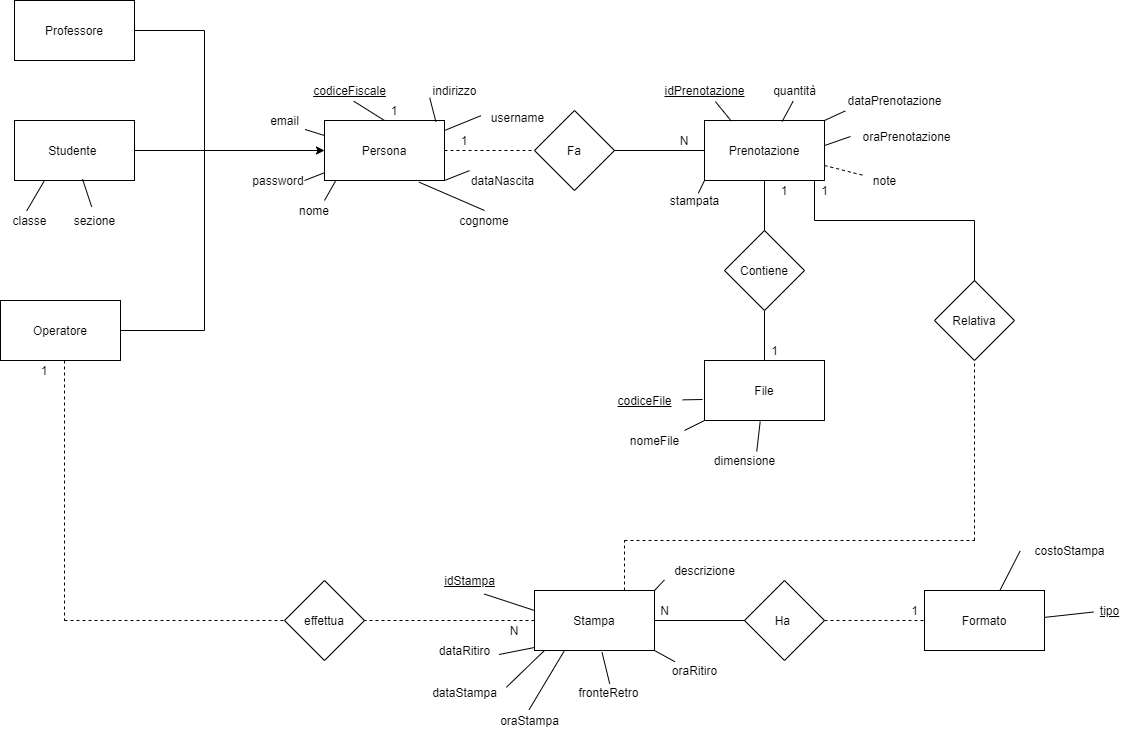
This is Documentazione/Progettazione/ER .png from Depog/ProgettoInformatica, a draw.io export, as it was before one commit. Source tidied: cells renumbered, new cells last; positions are measured from the earlier drawing's top-left corner, leaving out a move shared by most shapes.
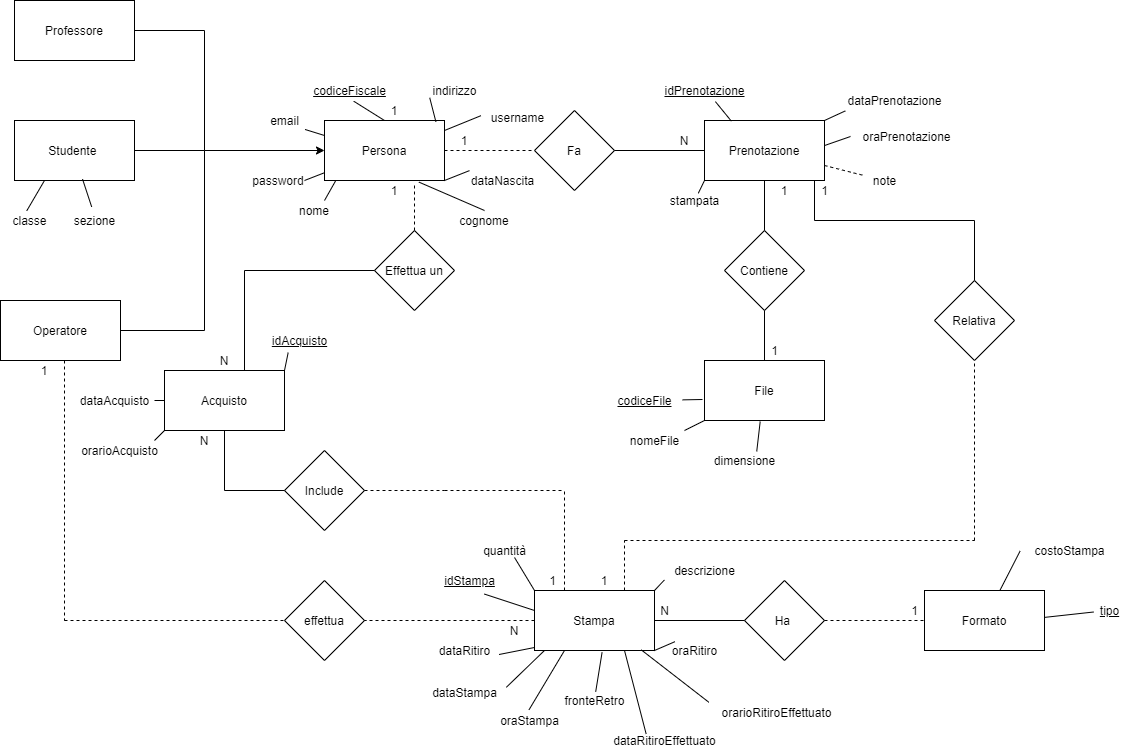
Above is the later version.

Change to the diagram source:
```diff
@@ -56,6 +56,18 @@
     <mxCell id="19" value="1" style="text;html=1;strokeColor=none;fillColor=none;align=center;verticalAlign=middle;whiteSpace=wrap;rounded=0;" parent="1" vertex="1">
       <mxGeometry x="374" y="100" width="40" height="20" as="geometry" />
     </mxCell>
+    <mxCell id="102" value="Effettua un" style="rhombus;whiteSpace=wrap;html=1;" parent="1" vertex="1">
+      <mxGeometry x="374" y="230" width="80" height="80" as="geometry" />
+    </mxCell>
+    <mxCell id="103" style="endArrow=none;dashed=1;html=1;entryX=1;entryY=0.25;entryDx=0;entryDy=0;exitX=0.5;exitY=0;exitDx=0;exitDy=0;" parent="1" edge="1" source="102" target="105">
+      <mxGeometry relative="1" as="geometry" />
+    </mxCell>
+    <mxCell id="104" value="N" style="text;html=1;strokeColor=none;fillColor=none;align=center;verticalAlign=middle;whiteSpace=wrap;rounded=0;" parent="1" vertex="1">
+      <mxGeometry x="204" y="350" width="40" height="20" as="geometry" />
+    </mxCell>
+    <mxCell id="105" value="1" style="text;html=1;strokeColor=none;fillColor=none;align=center;verticalAlign=middle;whiteSpace=wrap;rounded=0;" parent="1" vertex="1">
+      <mxGeometry x="374" y="180" width="40" height="20" as="geometry" />
+    </mxCell>
     <mxCell id="20" value="Studente&amp;nbsp;" style="rounded=0;whiteSpace=wrap;html=1;" parent="1" vertex="1">
       <mxGeometry x="14" y="120" width="120" height="60" as="geometry" />
     </mxCell>
@@ -110,9 +122,6 @@
     <mxCell id="35" value="&lt;u&gt;idPrenotazione&lt;/u&gt;" style="text;html=1;align=center;verticalAlign=middle;points=[];" parent="1" vertex="1">
       <mxGeometry x="654" y="80" width="100" height="20" as="geometry" />
     </mxCell>
-    <mxCell id="36" value="quantità" style="text;html=1;align=center;verticalAlign=middle;points=[];" parent="1" vertex="1">
-      <mxGeometry x="764" y="80" width="60" height="20" as="geometry" />
-    </mxCell>
     <mxCell id="37" value="dataPrenotazione" style="text;html=1;align=center;verticalAlign=middle;points=[];" parent="1" vertex="1">
       <mxGeometry x="839" y="90" width="110" height="20" as="geometry" />
     </mxCell>
@@ -128,9 +137,6 @@
     <mxCell id="41" style="endArrow=none;html=1;entryX=0.609;entryY=1.056;entryDx=0;entryDy=0;entryPerimeter=0;exitX=0.224;exitY=0.011;exitDx=0;exitDy=0;exitPerimeter=0;" parent="1" edge="1" source="2" target="35">
       <mxGeometry relative="1" as="geometry" />
     </mxCell>
-    <mxCell id="42" style="endArrow=none;html=1;entryX=0.478;entryY=1.032;entryDx=0;entryDy=0;entryPerimeter=0;exitX=0.647;exitY=0.016;exitDx=0;exitDy=0;exitPerimeter=0;" parent="1" edge="1" source="2" target="36">
-      <mxGeometry relative="1" as="geometry" />
-    </mxCell>
     <mxCell id="43" style="endArrow=none;html=1;entryX=0.053;entryY=1.02;entryDx=0;entryDy=0;entryPerimeter=0;exitX=1;exitY=0;exitDx=0;exitDy=0;" parent="1" edge="1" source="2" target="37">
       <mxGeometry relative="1" as="geometry" />
     </mxCell>
@@ -230,6 +236,69 @@
     <mxCell id="68" style="endArrow=none;html=1;entryX=-0.023;entryY=0.41;entryDx=0;entryDy=0;entryPerimeter=0;exitX=0;exitY=0;exitDx=0;exitDy=0;" parent="1" edge="1" source="18" target="67">
       <mxGeometry relative="1" as="geometry" />
     </mxCell>
+    <mxCell id="106" value="Acquisto" style="rounded=0;whiteSpace=wrap;html=1;" parent="1" vertex="1">
+      <mxGeometry x="164" y="370" width="120" height="60" as="geometry" />
+    </mxCell>
+    <mxCell id="107" style="endArrow=none;html=1;entryX=0;entryY=0.5;entryDx=0;entryDy=0;" parent="1" edge="1" target="102">
+      <mxGeometry relative="1" as="geometry">
+        <mxPoint x="244" y="270" as="sourcePoint" />
+      </mxGeometry>
+    </mxCell>
+    <mxCell id="108" style="endArrow=none;html=1;" parent="1" edge="1">
+      <mxGeometry relative="1" as="geometry">
+        <mxPoint x="244" y="370" as="sourcePoint" />
+        <mxPoint x="244" y="270" as="targetPoint" />
+      </mxGeometry>
+    </mxCell>
+    <mxCell id="109" value="Include" style="rhombus;whiteSpace=wrap;html=1;" parent="1" vertex="1">
+      <mxGeometry x="284" y="450" width="80" height="80" as="geometry" />
+    </mxCell>
+    <mxCell id="110" style="endArrow=none;html=1;entryX=0.5;entryY=1;entryDx=0;entryDy=0;" parent="1" edge="1" target="106">
+      <mxGeometry relative="1" as="geometry">
+        <mxPoint x="224" y="490" as="sourcePoint" />
+      </mxGeometry>
+    </mxCell>
+    <mxCell id="111" style="endArrow=none;html=1;entryX=0;entryY=0.5;entryDx=0;entryDy=0;" parent="1" edge="1" target="109">
+      <mxGeometry relative="1" as="geometry">
+        <mxPoint x="224" y="490" as="sourcePoint" />
+      </mxGeometry>
+    </mxCell>
+    <mxCell id="112" value="N" style="text;html=1;strokeColor=none;fillColor=none;align=center;verticalAlign=middle;whiteSpace=wrap;rounded=0;" parent="1" vertex="1">
+      <mxGeometry x="184" y="430" width="40" height="20" as="geometry" />
+    </mxCell>
+    <mxCell id="113" value="&lt;u&gt;idAcquisto&lt;/u&gt;" style="text;html=1;align=center;verticalAlign=middle;points=[];" parent="1" vertex="1">
+      <mxGeometry x="264" y="330" width="70" height="20" as="geometry" />
+    </mxCell>
+    <mxCell id="114" style="endArrow=none;html=1;entryX=0.338;entryY=1.108;entryDx=0;entryDy=0;entryPerimeter=0;exitX=1;exitY=0;exitDx=0;exitDy=0;" parent="1" edge="1" source="106" target="113">
+      <mxGeometry relative="1" as="geometry" />
+    </mxCell>
+    <mxCell id="115" value="dataAcquisto" style="text;html=1;align=center;verticalAlign=middle;" parent="1" vertex="1">
+      <mxGeometry x="74" y="390" width="80" height="20" as="geometry" />
+    </mxCell>
+    <mxCell id="116" style="endArrow=none;html=1;entryX=0;entryY=0.5;entryDx=0;entryDy=0;" parent="1" edge="1" target="106">
+      <mxGeometry relative="1" as="geometry">
+        <mxPoint x="154" y="400" as="sourcePoint" />
+      </mxGeometry>
+    </mxCell>
+    <mxCell id="117" value="orarioAcquisto" style="text;html=1;align=center;verticalAlign=middle;" parent="1" vertex="1">
+      <mxGeometry x="74" y="440" width="90" height="20" as="geometry" />
+    </mxCell>
+    <mxCell id="118" style="endArrow=none;html=1;entryX=0;entryY=1;entryDx=0;entryDy=0;" parent="1" edge="1" target="106">
+      <mxGeometry relative="1" as="geometry">
+        <mxPoint x="154" y="440" as="sourcePoint" />
+      </mxGeometry>
+    </mxCell>
+    <mxCell id="119" style="endArrow=none;dashed=1;html=1;" parent="1" edge="1">
+      <mxGeometry relative="1" as="geometry">
+        <mxPoint x="444" y="490" as="sourcePoint" />
+        <mxPoint x="564" y="490" as="targetPoint" />
+      </mxGeometry>
+    </mxCell>
+    <mxCell id="120" style="endArrow=none;dashed=1;html=1;exitX=1;exitY=0.5;exitDx=0;exitDy=0;" parent="1" edge="1" source="109">
+      <mxGeometry relative="1" as="geometry">
+        <mxPoint x="444" y="490" as="targetPoint" />
+      </mxGeometry>
+    </mxCell>
     <mxCell id="69" value="&lt;u&gt;codiceFiscale&lt;/u&gt;" style="text;html=1;align=center;verticalAlign=middle;" parent="1" vertex="1">
       <mxGeometry x="304" y="80" width="90" height="20" as="geometry" />
     </mxCell>
@@ -253,8 +322,11 @@
     <mxCell id="75" value="N" style="text;html=1;align=center;verticalAlign=middle;" parent="1" vertex="1">
       <mxGeometry x="654" y="600" width="20" height="20" as="geometry" />
     </mxCell>
+    <mxCell id="121" value="1" style="text;html=1;strokeColor=none;fillColor=none;align=center;verticalAlign=middle;whiteSpace=wrap;rounded=0;" parent="1" vertex="1">
+      <mxGeometry x="584" y="570" width="40" height="20" as="geometry" />
+    </mxCell>
     <mxCell id="76" value="fronteRetro" style="text;html=1;align=center;verticalAlign=middle;points=[];" parent="1" vertex="1">
-      <mxGeometry x="568" y="682" width="80" height="20" as="geometry" />
+      <mxGeometry x="554" y="690" width="80" height="20" as="geometry" />
     </mxCell>
     <mxCell id="77" style="endArrow=none;html=1;entryX=0.563;entryY=1.033;entryDx=0;entryDy=0;entryPerimeter=0;exitX=0.515;exitY=0.06;exitDx=0;exitDy=0;exitPerimeter=0;" parent="1" edge="1" source="76" target="10">
       <mxGeometry relative="1" as="geometry" />
@@ -269,7 +341,7 @@
       <mxGeometry x="494" y="710" width="70" height="20" as="geometry" />
     </mxCell>
     <mxCell id="81" value="oraRitiro" style="text;html=1;align=center;verticalAlign=middle;points=[];" parent="1" vertex="1">
-      <mxGeometry x="664" y="660" width="60" height="20" as="geometry" />
+      <mxGeometry x="664" y="640" width="60" height="20" as="geometry" />
     </mxCell>
     <mxCell id="82" style="endArrow=none;html=1;exitX=0.994;exitY=0.7;exitDx=0;exitDy=0;exitPerimeter=0;" parent="1" edge="1" source="78">
       <mxGeometry relative="1" as="geometry">
@@ -350,5 +422,31 @@
     <mxCell id="101" style="endArrow=none;dashed=1;html=1;exitX=1;exitY=0.75;exitDx=0;exitDy=0;entryX=0.012;entryY=0.264;entryDx=0;entryDy=0;entryPerimeter=0;" parent="1" edge="1" source="2" target="100">
       <mxGeometry relative="1" as="geometry" />
     </mxCell>
+    <mxCell id="122" style="endArrow=none;dashed=1;html=1;exitX=0.25;exitY=0;exitDx=0;exitDy=0;" parent="1" edge="1" source="10">
+      <mxGeometry relative="1" as="geometry">
+        <mxPoint x="564" y="490" as="targetPoint" />
+      </mxGeometry>
+    </mxCell>
+    <mxCell id="123" value="1" style="text;html=1;align=center;verticalAlign=middle;" parent="1" vertex="1">
+      <mxGeometry x="542" y="570" width="20" height="20" as="geometry" />
+    </mxCell>
+    <mxCell id="124" value="&lt;span style=&quot;line-height: 107%&quot;&gt;&lt;font style=&quot;font-size: 12px&quot;&gt;dataRitiroEffettuato&lt;/font&gt;&lt;/span&gt;" style="text;html=1;align=center;verticalAlign=middle;points=[];" parent="1" vertex="1">
+      <mxGeometry x="604" y="730" width="120" height="20" as="geometry" />
+    </mxCell>
+    <mxCell id="125" style="endArrow=none;html=1;entryX=0.75;entryY=1;entryDx=0;entryDy=0;exitX=0.347;exitY=0.17;exitDx=0;exitDy=0;exitPerimeter=0;" parent="1" edge="1" source="124" target="10">
+      <mxGeometry relative="1" as="geometry" />
+    </mxCell>
+    <mxCell id="126" value="orarioRitiroEffettuato" style="text;html=1;align=center;verticalAlign=middle;points=[];" parent="1" vertex="1">
+      <mxGeometry x="711" y="702" width="130" height="20" as="geometry" />
+    </mxCell>
+    <mxCell id="127" style="endArrow=none;html=1;entryX=0.89;entryY=0.99;entryDx=0;entryDy=0;entryPerimeter=0;exitX=-0.02;exitY=-0.01;exitDx=0;exitDy=0;exitPerimeter=0;" parent="1" edge="1" source="126" target="10">
+      <mxGeometry relative="1" as="geometry" />
+    </mxCell>
+    <mxCell id="36" value="quantità" style="text;html=1;align=center;verticalAlign=middle;points=[];" parent="1" vertex="1">
+      <mxGeometry x="474" y="540" width="60" height="20" as="geometry" />
+    </mxCell>
+    <mxCell id="128" style="endArrow=none;html=1;entryX=0;entryY=0;entryDx=0;entryDy=0;exitX=0.667;exitY=0.85;exitDx=0;exitDy=0;exitPerimeter=0;" parent="1" edge="1" source="36" target="10">
+      <mxGeometry relative="1" as="geometry" />
+    </mxCell>
   </root>
 </mxGraphModel>
```
